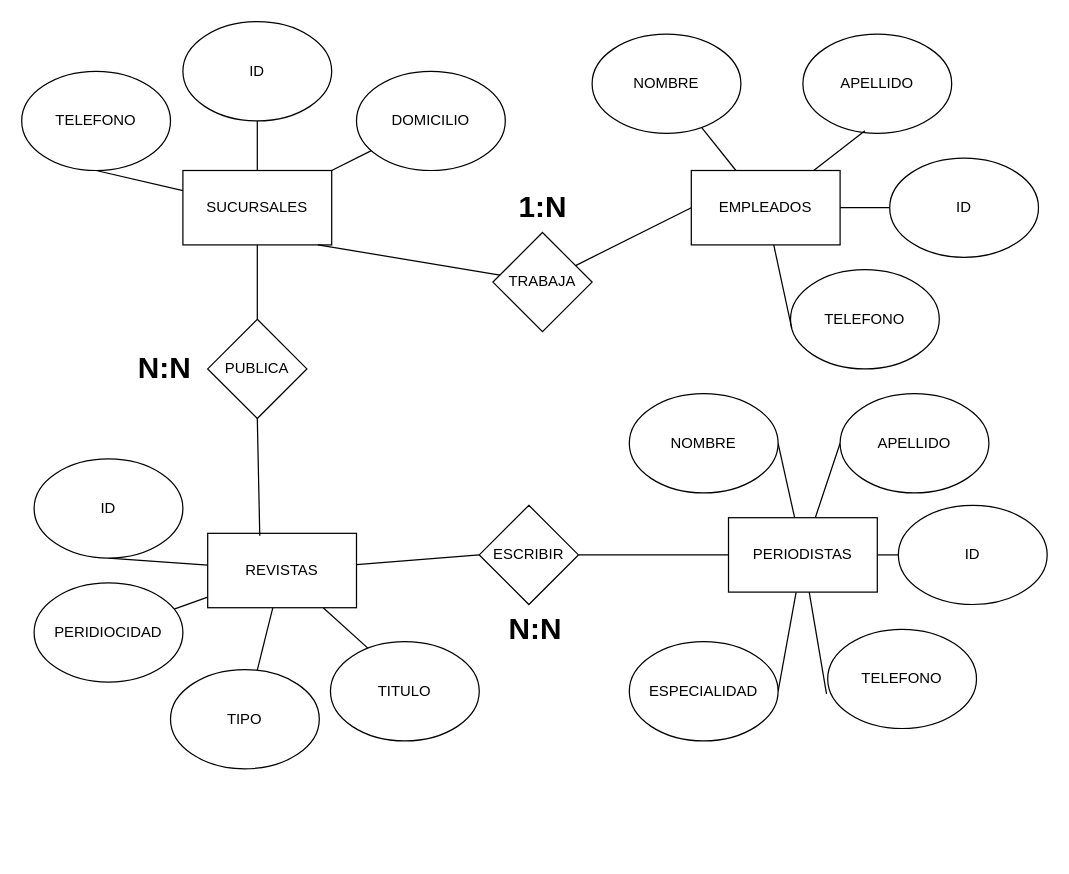
Before: page "Moodle" (1 of 4) of Relacion_entidad.io.drawio in leoandyaz/Base-de-datos, a draw.io diagram. Source tidied: cells renumbered, new cells numbered last; positions are measured from the earlier drawing's top-left corner, leaving out a move shared by most shapes. Both pictures are drawn from the tidied source at 124%, with x=0, y=0 at pixel (21, 21).
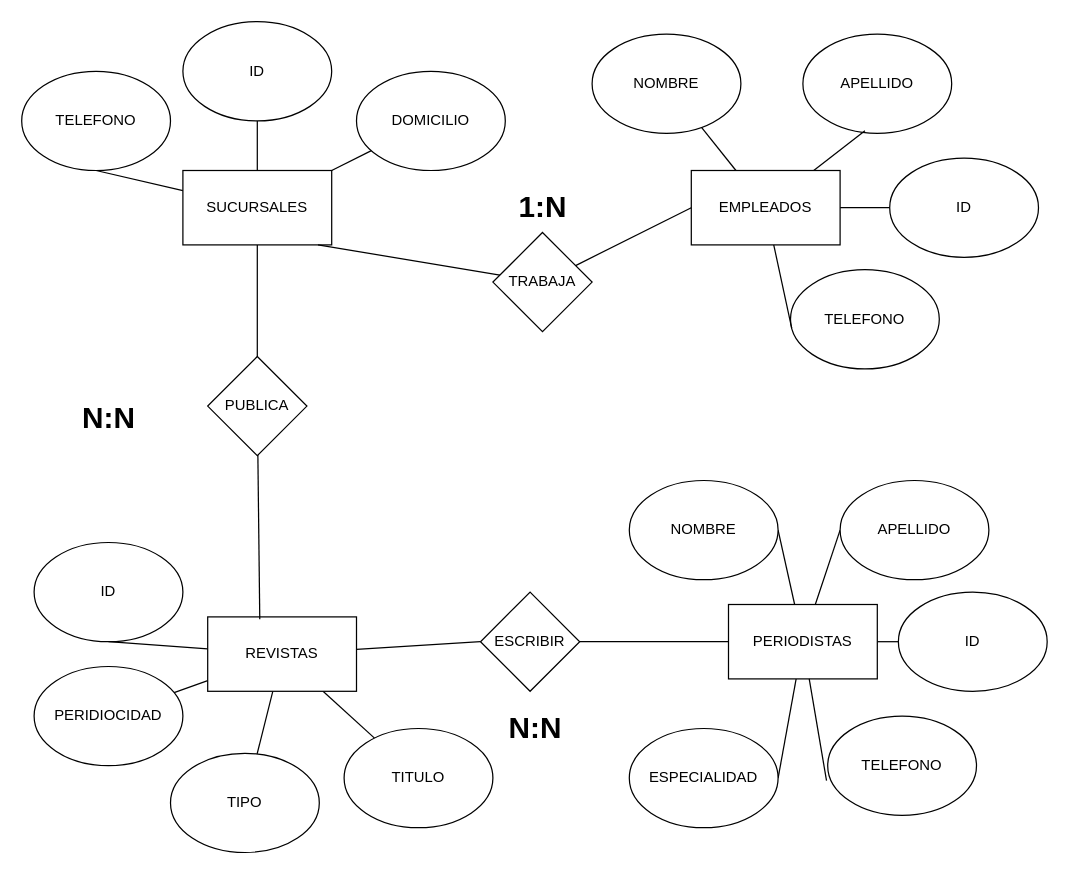
Above is the later version.

What changed in the source:
```diff
@@
     <mxCell id="10" value="PUBLICA" style="rhombus;whiteSpace=wrap;html=1;" parent="1" vertex="1">
-      <mxGeometry x="150" y="240" width="80" height="80" as="geometry" />
+      <mxGeometry x="150" y="270" width="80" height="80" as="geometry" />
     </mxCell>
@@
     <mxCell id="22" value="PERIODISTAS" style="rounded=0;whiteSpace=wrap;html=1;" parent="1" vertex="1">
-      <mxGeometry x="570" y="400" width="120" height="60" as="geometry" />
+      <mxGeometry x="570" y="470" width="120" height="60" as="geometry" />
     </mxCell>
     <mxCell id="23" value="NOMBRE" style="ellipse;whiteSpace=wrap;html=1;" parent="1" vertex="1">
-      <mxGeometry x="490" y="300" width="120" height="80" as="geometry" />
+      <mxGeometry x="490" y="370" width="120" height="80" as="geometry" />
     </mxCell>
     <mxCell id="24" value="APELLIDO" style="ellipse;whiteSpace=wrap;html=1;" parent="1" vertex="1">
-      <mxGeometry x="660" y="300" width="120" height="80" as="geometry" />
+      <mxGeometry x="660" y="370" width="120" height="80" as="geometry" />
     </mxCell>
     <mxCell id="25" value="ID" style="ellipse;whiteSpace=wrap;html=1;" parent="1" vertex="1">
-      <mxGeometry x="707" y="390" width="120" height="80" as="geometry" />
+      <mxGeometry x="707" y="460" width="120" height="80" as="geometry" />
     </mxCell>
     <mxCell id="26" value="TELEFONO" style="ellipse;whiteSpace=wrap;html=1;" parent="1" vertex="1">
-      <mxGeometry x="650" y="490" width="120" height="80" as="geometry" />
+      <mxGeometry x="650" y="560" width="120" height="80" as="geometry" />
     </mxCell>
     <mxCell id="27" value="ESPECIALIDAD" style="ellipse;whiteSpace=wrap;html=1;" parent="1" vertex="1">
-      <mxGeometry x="490" y="500" width="120" height="80" as="geometry" />
+      <mxGeometry x="490" y="570" width="120" height="80" as="geometry" />
     </mxCell>
@@
     <mxCell id="29" value="ESCRIBIR" style="rhombus;whiteSpace=wrap;html=1;" parent="1" vertex="1">
-      <mxGeometry x="369" y="390" width="80" height="80" as="geometry" />
+      <mxGeometry x="370" y="460" width="80" height="80" as="geometry" />
     </mxCell>
-    <mxCell id="30" style="rounded=0;jettySize=auto;html=1;endArrow=none;endFill=0;" parent="1" edge="1" source="35">
-      <mxGeometry relative="1" as="geometry">
-        <mxPoint x="284.7" y="510.2" as="targetPoint" />
-      </mxGeometry>
+    <mxCell id="30" style="rounded=0;jettySize=auto;html=1;endArrow=none;endFill=0;" parent="1" edge="1" source="35" target="36">
+      <mxGeometry relative="1" as="geometry" />
     </mxCell>
@@
     <mxCell id="35" value="REVISTAS" style="rounded=0;whiteSpace=wrap;html=1;" parent="1" vertex="1">
-      <mxGeometry x="150" y="412.6" width="120" height="60" as="geometry" />
+      <mxGeometry x="150" y="480" width="120" height="60" as="geometry" />
     </mxCell>
     <mxCell id="36" value="TITULO" style="ellipse;whiteSpace=wrap;html=1;" parent="1" vertex="1">
-      <mxGeometry x="249" y="500" width="120" height="80" as="geometry" />
+      <mxGeometry x="260" y="570" width="120" height="80" as="geometry" />
     </mxCell>
     <mxCell id="37" value="ID" style="ellipse;whiteSpace=wrap;html=1;" parent="1" vertex="1">
-      <mxGeometry x="10" y="352.6" width="120" height="80" as="geometry" />
+      <mxGeometry x="10" y="420" width="120" height="80" as="geometry" />
     </mxCell>
     <mxCell id="38" value="PERIDIOCIDAD" style="ellipse;whiteSpace=wrap;html=1;" parent="1" vertex="1">
-      <mxGeometry x="10" y="452.6" width="120" height="80" as="geometry" />
+      <mxGeometry x="10" y="520" width="120" height="80" as="geometry" />
     </mxCell>
     <mxCell id="39" value="TIPO" style="ellipse;whiteSpace=wrap;html=1;" parent="1" vertex="1">
-      <mxGeometry x="120" y="522.5" width="120" height="80" as="geometry" />
+      <mxGeometry x="120" y="590" width="120" height="80" as="geometry" />
     </mxCell>
@@
-    <mxCell id="43" style="rounded=0;jettySize=auto;html=1;entryX=0.35;entryY=0.033;entryDx=0;entryDy=0;entryPerimeter=0;endArrow=none;endFill=0;exitX=0.5;exitY=1;exitDx=0;exitDy=0;" parent="1" edge="1" source="10" target="35">
+    <mxCell id="43" style="rounded=0;jettySize=auto;html=1;entryX=0.35;entryY=0.033;entryDx=0;entryDy=0;entryPerimeter=0;endArrow=none;endFill=0;" parent="1" edge="1" source="10" target="35">
       <mxGeometry relative="1" as="geometry" />
     </mxCell>
@@
     <mxCell id="48" value="N:N" style="text;strokeColor=none;fillColor=none;html=1;fontSize=24;fontStyle=1;verticalAlign=middle;align=center;" parent="1" vertex="1">
-      <mxGeometry x="80" y="270" width="70" height="20" as="geometry" />
+      <mxGeometry x="35" y="310" width="70" height="20" as="geometry" />
     </mxCell>
     <mxCell id="49" value="N:N" style="text;strokeColor=none;fillColor=none;html=1;fontSize=24;fontStyle=1;verticalAlign=middle;align=center;" parent="1" vertex="1">
-      <mxGeometry x="379" y="480" width="70" height="20" as="geometry" />
+      <mxGeometry x="379" y="560" width="70" height="20" as="geometry" />
     </mxCell>
```
